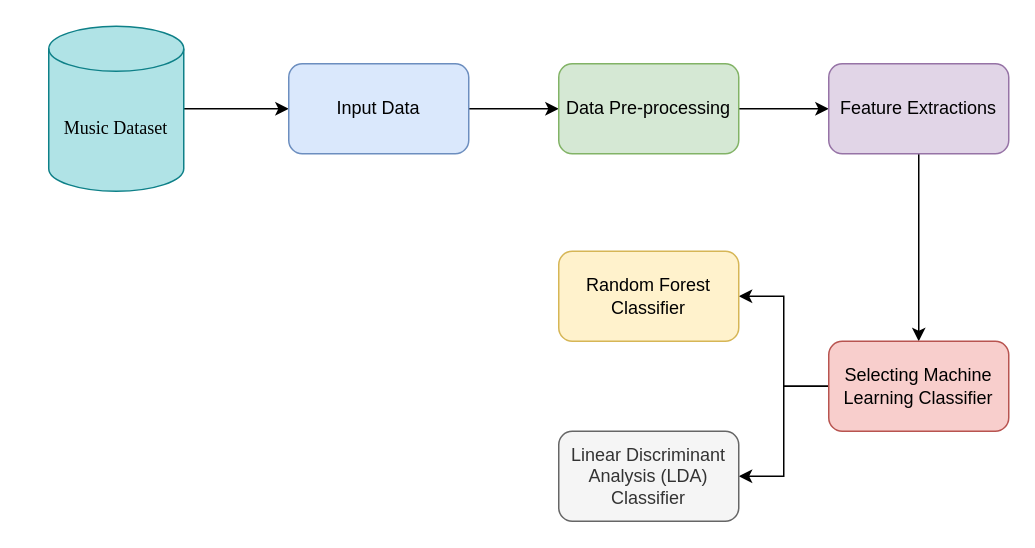
This is Poster Block Diagram.drawio from sohagkumarsaha/draw.io-public, a draw.io file, before an edit. Source tidied: cells renumbered, new cells numbered last; positions are measured from the earlier drawing's top-left corner, leaving out a move shared by most shapes. Both pictures are drawn from the tidied source at 150%, with x=0, y=0 at pixel (48, 26).
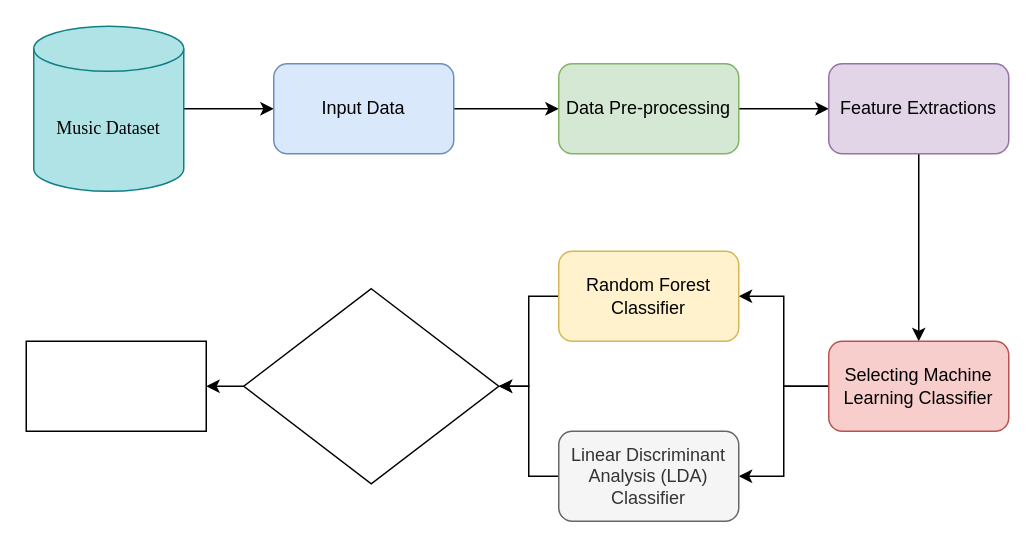
After the change.

The edit, as a diff of the source:
```diff
@@
 <mxGraphModel>
   <root>
     <mxCell id="0" />
     <mxCell id="1" parent="0" />
     <mxCell id="2" style="edgeStyle=orthogonalEdgeStyle;rounded=0;jettySize=auto;html=1;exitX=1;exitY=0.5;exitDx=0;exitDy=0;exitPerimeter=0;entryX=0;entryY=0.5;entryDx=0;entryDy=0;" parent="1" edge="1" source="3" target="5">
       <mxGeometry relative="1" as="geometry" />
     </mxCell>
     <mxCell id="3" value="&lt;font face=&quot;Times New Roman&quot;&gt;Music Dataset&lt;/font&gt;" style="shape=cylinder3;whiteSpace=wrap;html=1;boundedLbl=1;backgroundOutline=1;size=15;fillColor=#b0e3e6;strokeColor=#0e8088;" parent="1" vertex="1">
-      <mxGeometry width="90" height="110" as="geometry" />
+      <mxGeometry x="-10" width="100" height="110" as="geometry" />
     </mxCell>
     <mxCell id="4" style="edgeStyle=orthogonalEdgeStyle;rounded=0;jettySize=auto;html=1;exitX=1;exitY=0.5;exitDx=0;exitDy=0;entryX=0;entryY=0.5;entryDx=0;entryDy=0;" parent="1" edge="1" source="5" target="7">
       <mxGeometry relative="1" as="geometry" />
     </mxCell>
     <mxCell id="5" value="Input Data" style="rounded=1;whiteSpace=wrap;html=1;fillColor=#dae8fc;strokeColor=#6c8ebf;" parent="1" vertex="1">
-      <mxGeometry x="160" y="25" width="120" height="60" as="geometry" />
+      <mxGeometry x="150" y="25" width="120" height="60" as="geometry" />
     </mxCell>
     <mxCell id="6" style="edgeStyle=orthogonalEdgeStyle;rounded=0;jettySize=auto;html=1;exitX=1;exitY=0.5;exitDx=0;exitDy=0;entryX=0;entryY=0.5;entryDx=0;entryDy=0;" parent="1" edge="1" source="7" target="9">
       <mxGeometry relative="1" as="geometry" />
     </mxCell>
     <mxCell id="7" value="Data Pre-processing" style="rounded=1;whiteSpace=wrap;html=1;fillColor=#d5e8d4;strokeColor=#82b366;" parent="1" vertex="1">
       <mxGeometry x="340" y="25" width="120" height="60" as="geometry" />
     </mxCell>
     <mxCell id="8" style="edgeStyle=orthogonalEdgeStyle;rounded=0;jettySize=auto;html=1;exitX=0.5;exitY=1;exitDx=0;exitDy=0;entryX=0.5;entryY=0;entryDx=0;entryDy=0;" parent="1" edge="1" source="9" target="12">
       <mxGeometry relative="1" as="geometry" />
     </mxCell>
     <mxCell id="9" value="Feature Extractions" style="rounded=1;whiteSpace=wrap;html=1;fillColor=#e1d5e7;strokeColor=#9673a6;" parent="1" vertex="1">
       <mxGeometry x="520" y="25" width="120" height="60" as="geometry" />
     </mxCell>
     <mxCell id="10" style="edgeStyle=orthogonalEdgeStyle;rounded=0;jettySize=auto;html=1;entryX=1;entryY=0.5;entryDx=0;entryDy=0;" parent="1" edge="1" source="12" target="13">
       <mxGeometry relative="1" as="geometry" />
     </mxCell>
     <mxCell id="11" style="edgeStyle=orthogonalEdgeStyle;rounded=0;jettySize=auto;html=1;entryX=1;entryY=0.5;entryDx=0;entryDy=0;" parent="1" edge="1" source="12" target="14">
       <mxGeometry relative="1" as="geometry" />
     </mxCell>
     <mxCell id="12" value="Selecting Machine Learning Classifier" style="rounded=1;whiteSpace=wrap;html=1;fillColor=#f8cecc;strokeColor=#b85450;" parent="1" vertex="1">
       <mxGeometry x="520" y="210" width="120" height="60" as="geometry" />
     </mxCell>
+    <mxCell id="15" style="edgeStyle=orthogonalEdgeStyle;rounded=0;jettySize=auto;html=1;" parent="1" edge="1" source="13" target="19">
+      <mxGeometry relative="1" as="geometry" />
+    </mxCell>
     <mxCell id="13" value="Random Forest Classifier" style="rounded=1;whiteSpace=wrap;html=1;fillColor=#fff2cc;strokeColor=#d6b656;" parent="1" vertex="1">
       <mxGeometry x="340" y="150" width="120" height="60" as="geometry" />
     </mxCell>
+    <mxCell id="16" style="edgeStyle=orthogonalEdgeStyle;rounded=0;jettySize=auto;html=1;exitX=0;exitY=0.5;exitDx=0;exitDy=0;" parent="1" edge="1" source="14" target="19">
+      <mxGeometry relative="1" as="geometry" />
+    </mxCell>
     <mxCell id="14" value="Linear Discriminant Analysis (LDA) Classifier" style="rounded=1;whiteSpace=wrap;html=1;fillColor=#f5f5f5;strokeColor=#666666;fontColor=#333333;" parent="1" vertex="1">
       <mxGeometry x="340" y="270" width="120" height="60" as="geometry" />
     </mxCell>
+    <mxCell id="17" style="rounded=0;whiteSpace=wrap;html=1;" parent="1" vertex="1">
+      <mxGeometry x="-15" y="210" width="120" height="60" as="geometry" />
+    </mxCell>
+    <mxCell id="18" style="edgeStyle=orthogonalEdgeStyle;rounded=0;jettySize=auto;html=1;exitX=0;exitY=0.5;exitDx=0;exitDy=0;entryX=1;entryY=0.5;entryDx=0;entryDy=0;" parent="1" edge="1" source="19" target="17">
+      <mxGeometry relative="1" as="geometry" />
+    </mxCell>
+    <mxCell id="19" style="rhombus;whiteSpace=wrap;html=1;" parent="1" vertex="1">
+      <mxGeometry x="130" y="175" width="170" height="130" as="geometry" />
+    </mxCell>
   </root>
 </mxGraphModel>
```
